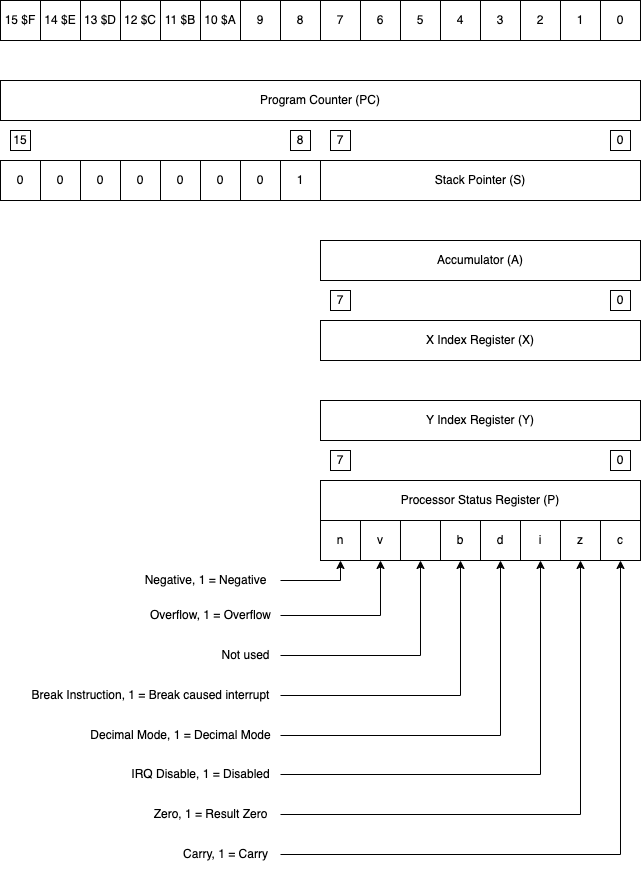
Above: 2023-12-BASICAssembly/65c02 Registers and flags Diagram.png in JustinBaldock/X16-guides (draw.io), before the change. Source tidied: cells renumbered, new cells last; positions are measured from the earlier drawing's top-left corner, leaving out a move shared by most shapes. The source it was exported from:
```xml
<mxGraphModel>
  <root>
    <mxCell id="0" />
    <mxCell id="1" parent="0" />
    <mxCell id="2" value="Accumulator (A)" style="rounded=0;whiteSpace=wrap;html=1;" parent="1" vertex="1">
      <mxGeometry x="320" y="240" width="320" height="40" as="geometry" />
    </mxCell>
    <mxCell id="3" value="Program Counter (PC)" style="rounded=0;whiteSpace=wrap;html=1;" parent="1" vertex="1">
      <mxGeometry y="80" width="640" height="40" as="geometry" />
    </mxCell>
    <mxCell id="4" value="Stack Pointer (S)" style="rounded=0;whiteSpace=wrap;html=1;" parent="1" vertex="1">
      <mxGeometry x="320" y="160" width="320" height="40" as="geometry" />
    </mxCell>
    <mxCell id="5" value="1" style="rounded=0;whiteSpace=wrap;html=1;" parent="1" vertex="1">
      <mxGeometry x="280" y="160" width="40" height="40" as="geometry" />
    </mxCell>
    <mxCell id="6" value="0" style="rounded=0;whiteSpace=wrap;html=1;" parent="1" vertex="1">
      <mxGeometry x="240" y="160" width="40" height="40" as="geometry" />
    </mxCell>
    <mxCell id="7" value="0" style="rounded=0;whiteSpace=wrap;html=1;" parent="1" vertex="1">
      <mxGeometry x="200" y="160" width="40" height="40" as="geometry" />
    </mxCell>
    <mxCell id="8" value="0" style="rounded=0;whiteSpace=wrap;html=1;" parent="1" vertex="1">
      <mxGeometry x="160" y="160" width="40" height="40" as="geometry" />
    </mxCell>
    <mxCell id="9" value="0" style="rounded=0;whiteSpace=wrap;html=1;" parent="1" vertex="1">
      <mxGeometry x="120" y="160" width="40" height="40" as="geometry" />
    </mxCell>
    <mxCell id="10" value="0" style="rounded=0;whiteSpace=wrap;html=1;" parent="1" vertex="1">
      <mxGeometry x="80" y="160" width="40" height="40" as="geometry" />
    </mxCell>
    <mxCell id="11" value="0" style="rounded=0;whiteSpace=wrap;html=1;" parent="1" vertex="1">
      <mxGeometry x="40" y="160" width="40" height="40" as="geometry" />
    </mxCell>
    <mxCell id="12" value="0" style="rounded=0;whiteSpace=wrap;html=1;" parent="1" vertex="1">
      <mxGeometry y="160" width="40" height="40" as="geometry" />
    </mxCell>
    <mxCell id="13" value="0" style="rounded=0;whiteSpace=wrap;html=1;" parent="1" vertex="1">
      <mxGeometry x="600" width="40" height="40" as="geometry" />
    </mxCell>
    <mxCell id="14" value="1" style="rounded=0;whiteSpace=wrap;html=1;" parent="1" vertex="1">
      <mxGeometry x="560" width="40" height="40" as="geometry" />
    </mxCell>
    <mxCell id="15" value="2" style="rounded=0;whiteSpace=wrap;html=1;" parent="1" vertex="1">
      <mxGeometry x="520" width="40" height="40" as="geometry" />
    </mxCell>
    <mxCell id="16" value="3" style="rounded=0;whiteSpace=wrap;html=1;" parent="1" vertex="1">
      <mxGeometry x="480" width="40" height="40" as="geometry" />
    </mxCell>
    <mxCell id="17" value="4" style="rounded=0;whiteSpace=wrap;html=1;" parent="1" vertex="1">
      <mxGeometry x="440" width="40" height="40" as="geometry" />
    </mxCell>
    <mxCell id="18" value="5" style="rounded=0;whiteSpace=wrap;html=1;" parent="1" vertex="1">
      <mxGeometry x="400" width="40" height="40" as="geometry" />
    </mxCell>
    <mxCell id="19" value="6" style="rounded=0;whiteSpace=wrap;html=1;" parent="1" vertex="1">
      <mxGeometry x="360" width="40" height="40" as="geometry" />
    </mxCell>
    <mxCell id="20" value="7" style="rounded=0;whiteSpace=wrap;html=1;" parent="1" vertex="1">
      <mxGeometry x="320" width="40" height="40" as="geometry" />
    </mxCell>
    <mxCell id="21" value="8" style="rounded=0;whiteSpace=wrap;html=1;" parent="1" vertex="1">
      <mxGeometry x="280" width="40" height="40" as="geometry" />
    </mxCell>
    <mxCell id="22" value="9" style="rounded=0;whiteSpace=wrap;html=1;" parent="1" vertex="1">
      <mxGeometry x="240" width="40" height="40" as="geometry" />
    </mxCell>
    <mxCell id="23" value="10 $A" style="rounded=0;whiteSpace=wrap;html=1;" parent="1" vertex="1">
      <mxGeometry x="200" width="40" height="40" as="geometry" />
    </mxCell>
    <mxCell id="24" value="11 $B" style="rounded=0;whiteSpace=wrap;html=1;" parent="1" vertex="1">
      <mxGeometry x="160" width="40" height="40" as="geometry" />
    </mxCell>
    <mxCell id="25" value="12 $C" style="rounded=0;whiteSpace=wrap;html=1;" parent="1" vertex="1">
      <mxGeometry x="120" width="40" height="40" as="geometry" />
    </mxCell>
    <mxCell id="26" value="13 $D" style="rounded=0;whiteSpace=wrap;html=1;" parent="1" vertex="1">
      <mxGeometry x="80" width="40" height="40" as="geometry" />
    </mxCell>
    <mxCell id="27" value="14 $E" style="rounded=0;whiteSpace=wrap;html=1;" parent="1" vertex="1">
      <mxGeometry x="40" width="40" height="40" as="geometry" />
    </mxCell>
    <mxCell id="28" value="15 $F" style="rounded=0;whiteSpace=wrap;html=1;" parent="1" vertex="1">
      <mxGeometry width="40" height="40" as="geometry" />
    </mxCell>
    <mxCell id="29" value="X Index Register (X)" style="rounded=0;whiteSpace=wrap;html=1;" parent="1" vertex="1">
      <mxGeometry x="320" y="320" width="320" height="40" as="geometry" />
    </mxCell>
    <mxCell id="30" value="Y Index Register (Y)" style="rounded=0;whiteSpace=wrap;html=1;" parent="1" vertex="1">
      <mxGeometry x="320" y="400" width="320" height="40" as="geometry" />
    </mxCell>
    <mxCell id="31" value="Processor Status Register (P)" style="rounded=0;whiteSpace=wrap;html=1;" parent="1" vertex="1">
      <mxGeometry x="320" y="480" width="320" height="40" as="geometry" />
    </mxCell>
    <mxCell id="32" value="c" style="rounded=0;whiteSpace=wrap;html=1;" parent="1" vertex="1">
      <mxGeometry x="600" y="520" width="40" height="40" as="geometry" />
    </mxCell>
    <mxCell id="33" value="z" style="rounded=0;whiteSpace=wrap;html=1;" parent="1" vertex="1">
      <mxGeometry x="560" y="520" width="40" height="40" as="geometry" />
    </mxCell>
    <mxCell id="34" value="i" style="rounded=0;whiteSpace=wrap;html=1;" parent="1" vertex="1">
      <mxGeometry x="520" y="520" width="40" height="40" as="geometry" />
    </mxCell>
    <mxCell id="35" value="d" style="rounded=0;whiteSpace=wrap;html=1;" parent="1" vertex="1">
      <mxGeometry x="480" y="520" width="40" height="40" as="geometry" />
    </mxCell>
    <mxCell id="36" value="b" style="rounded=0;whiteSpace=wrap;html=1;" parent="1" vertex="1">
      <mxGeometry x="440" y="520" width="40" height="40" as="geometry" />
    </mxCell>
    <mxCell id="37" value="v" style="rounded=0;whiteSpace=wrap;html=1;verticalAlign=middle;" parent="1" vertex="1">
      <mxGeometry x="360" y="520" width="40" height="40" as="geometry" />
    </mxCell>
    <mxCell id="38" value="n" style="rounded=0;whiteSpace=wrap;html=1;" parent="1" vertex="1">
      <mxGeometry x="320" y="520" width="40" height="40" as="geometry" />
    </mxCell>
    <mxCell id="39" style="rounded=0;whiteSpace=wrap;html=1;" parent="1" vertex="1">
      <mxGeometry x="400" y="520" width="40" height="40" as="geometry" />
    </mxCell>
    <mxCell id="40" style="edgeStyle=orthogonalEdgeStyle;rounded=0;jettySize=auto;html=1;entryX=0.5;entryY=1;entryDx=0;entryDy=0;" parent="1" edge="1" source="41" target="38">
      <mxGeometry relative="1" as="geometry" />
    </mxCell>
    <mxCell id="41" value="Negative, 1 = Negative" style="text;html=1;align=center;verticalAlign=middle;points=[];strokeColor=none;fillColor=none;" parent="1" vertex="1">
      <mxGeometry x="130" y="565" width="150" height="30" as="geometry" />
    </mxCell>
    <mxCell id="42" style="edgeStyle=orthogonalEdgeStyle;rounded=0;jettySize=auto;html=1;entryX=0.5;entryY=1;entryDx=0;entryDy=0;" parent="1" edge="1" source="43" target="37">
      <mxGeometry relative="1" as="geometry" />
    </mxCell>
    <mxCell id="43" value="Overflow, 1 = Overflow" style="text;html=1;align=center;verticalAlign=middle;points=[];strokeColor=none;fillColor=none;" parent="1" vertex="1">
      <mxGeometry x="140" y="600" width="140" height="30" as="geometry" />
    </mxCell>
    <mxCell id="44" value="Not used" style="text;html=1;align=center;verticalAlign=middle;points=[];strokeColor=none;fillColor=none;" parent="1" vertex="1">
      <mxGeometry x="210" y="640" width="70" height="30" as="geometry" />
    </mxCell>
    <mxCell id="45" style="edgeStyle=orthogonalEdgeStyle;rounded=0;jettySize=auto;html=1;entryX=0.5;entryY=1;entryDx=0;entryDy=0;" parent="1" edge="1" source="44" target="39">
      <mxGeometry relative="1" as="geometry" />
    </mxCell>
    <mxCell id="46" value="Break Instruction, 1 = Break caused interrupt" style="text;html=1;align=center;verticalAlign=middle;points=[];strokeColor=none;fillColor=none;" parent="1" vertex="1">
      <mxGeometry x="20" y="680" width="260" height="30" as="geometry" />
    </mxCell>
    <mxCell id="47" style="edgeStyle=orthogonalEdgeStyle;rounded=0;jettySize=auto;html=1;entryX=0.5;entryY=1;entryDx=0;entryDy=0;" parent="1" edge="1" source="46" target="36">
      <mxGeometry relative="1" as="geometry" />
    </mxCell>
    <mxCell id="48" value="Decimal Mode, 1 = Decimal Mode" style="text;html=1;align=center;verticalAlign=middle;points=[];strokeColor=none;fillColor=none;" parent="1" vertex="1">
      <mxGeometry x="80" y="720" width="200" height="30" as="geometry" />
    </mxCell>
    <mxCell id="49" style="edgeStyle=orthogonalEdgeStyle;rounded=0;jettySize=auto;html=1;entryX=0.5;entryY=1;entryDx=0;entryDy=0;" parent="1" edge="1" source="48" target="35">
      <mxGeometry relative="1" as="geometry" />
    </mxCell>
    <mxCell id="50" value="IRQ Disable, 1 = Disabled" style="text;html=1;align=center;verticalAlign=middle;points=[];strokeColor=none;fillColor=none;" parent="1" vertex="1">
      <mxGeometry x="120" y="759" width="160" height="30" as="geometry" />
    </mxCell>
    <mxCell id="51" style="edgeStyle=orthogonalEdgeStyle;rounded=0;jettySize=auto;html=1;entryX=0.5;entryY=1;entryDx=0;entryDy=0;" parent="1" edge="1" source="50" target="34">
      <mxGeometry relative="1" as="geometry" />
    </mxCell>
    <mxCell id="52" value="Zero, 1 = Result Zero" style="text;html=1;align=center;verticalAlign=middle;points=[];strokeColor=none;fillColor=none;" parent="1" vertex="1">
      <mxGeometry x="140" y="799" width="140" height="30" as="geometry" />
    </mxCell>
    <mxCell id="53" style="edgeStyle=orthogonalEdgeStyle;rounded=0;jettySize=auto;html=1;entryX=0.5;entryY=1;entryDx=0;entryDy=0;" parent="1" edge="1" source="52" target="33">
      <mxGeometry relative="1" as="geometry" />
    </mxCell>
    <mxCell id="54" value="Carry, 1 = Carry" style="text;html=1;align=center;verticalAlign=middle;points=[];strokeColor=none;fillColor=none;" parent="1" vertex="1">
      <mxGeometry x="170" y="839" width="110" height="30" as="geometry" />
    </mxCell>
    <mxCell id="55" style="edgeStyle=orthogonalEdgeStyle;rounded=0;jettySize=auto;html=1;entryX=0.5;entryY=1;entryDx=0;entryDy=0;" parent="1" edge="1" source="54" target="32">
      <mxGeometry relative="1" as="geometry" />
    </mxCell>
    <mxCell id="56" value="0" style="rounded=0;whiteSpace=wrap;html=1;" parent="1" vertex="1">
      <mxGeometry x="610" y="130" width="20" height="20" as="geometry" />
    </mxCell>
    <mxCell id="57" value="7" style="rounded=0;whiteSpace=wrap;html=1;" parent="1" vertex="1">
      <mxGeometry x="330" y="130" width="20" height="20" as="geometry" />
    </mxCell>
    <mxCell id="58" value="8" style="rounded=0;whiteSpace=wrap;html=1;" parent="1" vertex="1">
      <mxGeometry x="290" y="130" width="20" height="20" as="geometry" />
    </mxCell>
    <mxCell id="59" value="15" style="rounded=0;whiteSpace=wrap;html=1;" parent="1" vertex="1">
      <mxGeometry x="10" y="130" width="20" height="20" as="geometry" />
    </mxCell>
    <mxCell id="60" value="0" style="rounded=0;whiteSpace=wrap;html=1;" parent="1" vertex="1">
      <mxGeometry x="610" y="290" width="20" height="20" as="geometry" />
    </mxCell>
    <mxCell id="61" value="7" style="rounded=0;whiteSpace=wrap;html=1;" parent="1" vertex="1">
      <mxGeometry x="330" y="290" width="20" height="20" as="geometry" />
    </mxCell>
    <mxCell id="62" value="0" style="rounded=0;whiteSpace=wrap;html=1;" parent="1" vertex="1">
      <mxGeometry x="610" y="450" width="20" height="20" as="geometry" />
    </mxCell>
    <mxCell id="63" value="7" style="rounded=0;whiteSpace=wrap;html=1;" parent="1" vertex="1">
      <mxGeometry x="330" y="450" width="20" height="20" as="geometry" />
    </mxCell>
  </root>
</mxGraphModel>
```
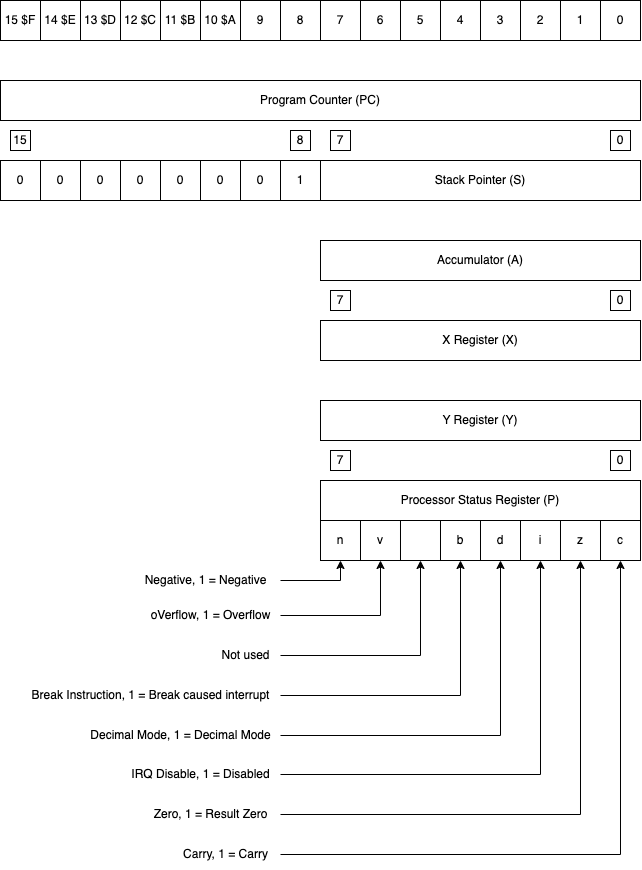
The same file after the commit.

What changed in the source:
```diff
@@ -83,10 +83,10 @@
     <mxCell id="28" value="15 $F" style="rounded=0;whiteSpace=wrap;html=1;" parent="1" vertex="1">
       <mxGeometry width="40" height="40" as="geometry" />
     </mxCell>
-    <mxCell id="29" value="X Index Register (X)" style="rounded=0;whiteSpace=wrap;html=1;" parent="1" vertex="1">
+    <mxCell id="29" value="X Register (X)" style="rounded=0;whiteSpace=wrap;html=1;" parent="1" vertex="1">
       <mxGeometry x="320" y="320" width="320" height="40" as="geometry" />
     </mxCell>
-    <mxCell id="30" value="Y Index Register (Y)" style="rounded=0;whiteSpace=wrap;html=1;" parent="1" vertex="1">
+    <mxCell id="30" value="Y Register (Y)" style="rounded=0;whiteSpace=wrap;html=1;" parent="1" vertex="1">
       <mxGeometry x="320" y="400" width="320" height="40" as="geometry" />
     </mxCell>
     <mxCell id="31" value="Processor Status Register (P)" style="rounded=0;whiteSpace=wrap;html=1;" parent="1" vertex="1">
@@ -125,7 +125,7 @@
     <mxCell id="42" style="edgeStyle=orthogonalEdgeStyle;rounded=0;jettySize=auto;html=1;entryX=0.5;entryY=1;entryDx=0;entryDy=0;" parent="1" edge="1" source="43" target="37">
       <mxGeometry relative="1" as="geometry" />
     </mxCell>
-    <mxCell id="43" value="Overflow, 1 = Overflow" style="text;html=1;align=center;verticalAlign=middle;points=[];strokeColor=none;fillColor=none;" parent="1" vertex="1">
+    <mxCell id="43" value="oVerflow, 1 = Overflow" style="text;html=1;align=center;verticalAlign=middle;points=[];strokeColor=none;fillColor=none;" parent="1" vertex="1">
       <mxGeometry x="140" y="600" width="140" height="30" as="geometry" />
     </mxCell>
     <mxCell id="44" value="Not used" style="text;html=1;align=center;verticalAlign=middle;points=[];strokeColor=none;fillColor=none;" parent="1" vertex="1">
```
